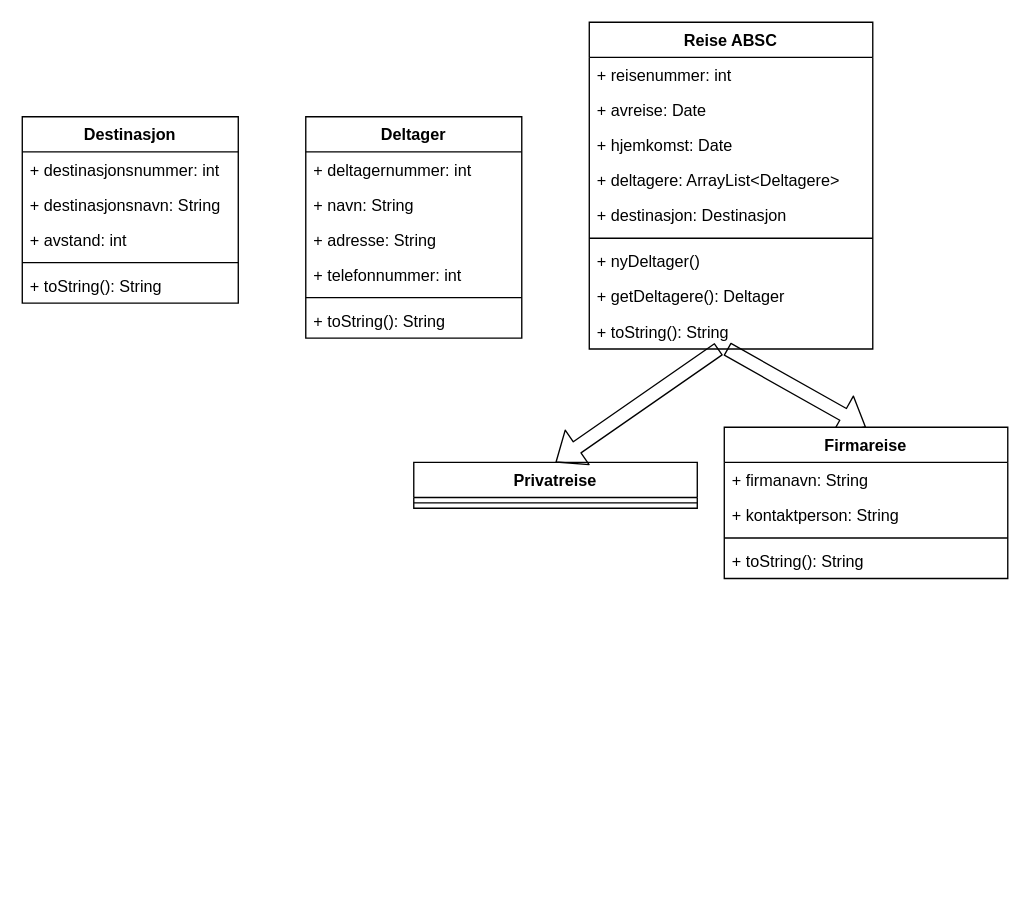
The draw.io diagram Eksamen2020_obj.drawio in groeterud/uni, before the edit. Source tidied: cells renumbered, new cells numbered last; positions are measured from the earlier drawing's top-left corner, leaving out a move shared by most shapes. Both pictures are drawn from the tidied source at 135%, with x=0, y=0 at pixel (22, 22).
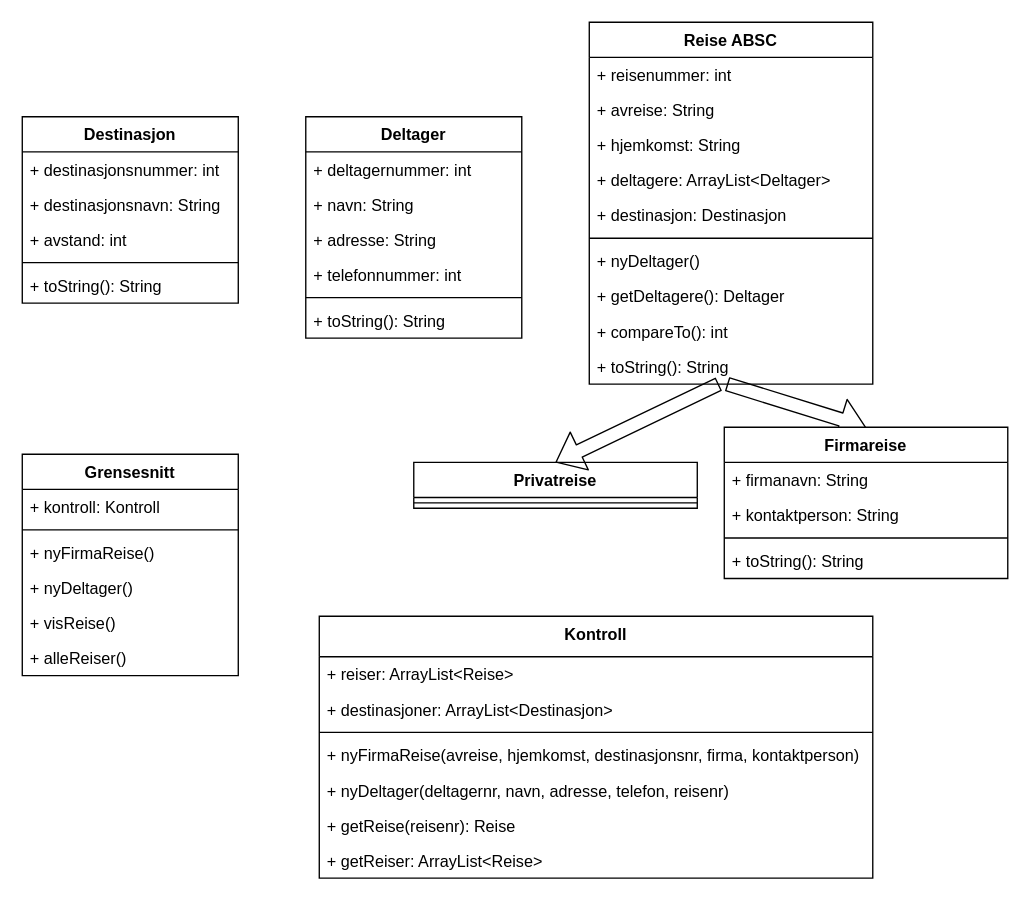
After the change.

The edit, as a diff of the source:
```diff
@@
     <mxCell id="15" value="Reise ABSC&#10;" style="swimlane;fontStyle=1;align=center;verticalAlign=top;horizontal=1;startSize=26;" parent="1" vertex="1">
-      <mxGeometry x="420" width="210" height="242" as="geometry" />
+      <mxGeometry x="420" width="210" height="268" as="geometry" />
     </mxCell>
@@
-    <mxCell id="17" value="+ avreise: Date" style="text;strokeColor=none;fillColor=none;align=left;verticalAlign=top;spacingLeft=4;spacingRight=4;overflow=hidden;" parent="15" vertex="1">
+    <mxCell id="17" value="+ avreise: String" style="text;strokeColor=none;fillColor=none;align=left;verticalAlign=top;spacingLeft=4;spacingRight=4;overflow=hidden;" parent="15" vertex="1">
       <mxGeometry y="52" width="210" height="26" as="geometry" />
     </mxCell>
-    <mxCell id="18" value="+ hjemkomst: Date" style="text;strokeColor=none;fillColor=none;align=left;verticalAlign=top;spacingLeft=4;spacingRight=4;overflow=hidden;" parent="15" vertex="1">
+    <mxCell id="18" value="+ hjemkomst: String" style="text;strokeColor=none;fillColor=none;align=left;verticalAlign=top;spacingLeft=4;spacingRight=4;overflow=hidden;" parent="15" vertex="1">
       <mxGeometry y="78" width="210" height="26" as="geometry" />
     </mxCell>
-    <mxCell id="19" value="+ deltagere: ArrayList&lt;Deltagere&gt;" style="text;strokeColor=none;fillColor=none;align=left;verticalAlign=top;spacingLeft=4;spacingRight=4;overflow=hidden;" parent="15" vertex="1">
+    <mxCell id="19" value="+ deltagere: ArrayList&lt;Deltager&gt;" style="text;strokeColor=none;fillColor=none;align=left;verticalAlign=top;spacingLeft=4;spacingRight=4;overflow=hidden;" parent="15" vertex="1">
       <mxGeometry y="104" width="210" height="26" as="geometry" />
     </mxCell>
@@
+    <mxCell id="34" value="+ compareTo(): int" style="text;strokeColor=none;fillColor=none;align=left;verticalAlign=top;spacingLeft=4;spacingRight=4;overflow=hidden;" parent="15" vertex="1">
+      <mxGeometry y="216" width="210" height="26" as="geometry" />
+    </mxCell>
     <mxCell id="24" value="+ toString(): String" style="text;strokeColor=none;fillColor=none;align=left;verticalAlign=top;spacingLeft=4;spacingRight=4;overflow=hidden;points=[[0,0.5],[1,0.5]];portConstraint=eastwest;" parent="15" vertex="1">
-      <mxGeometry y="216" width="210" height="26" as="geometry" />
+      <mxGeometry y="242" width="210" height="26" as="geometry" />
     </mxCell>
@@
+    <mxCell id="35" value="Grensesnitt" style="swimlane;fontStyle=1;align=center;verticalAlign=top;horizontal=1;startSize=26;" parent="1" vertex="1">
+      <mxGeometry y="320" width="160" height="164" as="geometry" />
+    </mxCell>
+    <mxCell id="36" value="+ kontroll: Kontroll" style="text;strokeColor=none;fillColor=none;align=left;verticalAlign=top;spacingLeft=4;spacingRight=4;overflow=hidden;" parent="35" vertex="1">
+      <mxGeometry y="26" width="160" height="26" as="geometry" />
+    </mxCell>
+    <mxCell id="37" style="line;strokeWidth=1;fillColor=none;align=left;verticalAlign=middle;spacingTop=-1;spacingLeft=3;spacingRight=3;labelPosition=right;" parent="35" vertex="1">
+      <mxGeometry y="52" width="160" height="8" as="geometry" />
+    </mxCell>
+    <mxCell id="38" value="+ nyFirmaReise()" style="text;strokeColor=none;fillColor=none;align=left;verticalAlign=top;spacingLeft=4;spacingRight=4;overflow=hidden;" parent="35" vertex="1">
+      <mxGeometry y="60" width="160" height="26" as="geometry" />
+    </mxCell>
+    <mxCell id="39" value="+ nyDeltager()" style="text;strokeColor=none;fillColor=none;align=left;verticalAlign=top;spacingLeft=4;spacingRight=4;overflow=hidden;" parent="35" vertex="1">
+      <mxGeometry y="86" width="160" height="26" as="geometry" />
+    </mxCell>
+    <mxCell id="40" value="+ visReise()" style="text;strokeColor=none;fillColor=none;align=left;verticalAlign=top;spacingLeft=4;spacingRight=4;overflow=hidden;" parent="35" vertex="1">
+      <mxGeometry y="112" width="160" height="26" as="geometry" />
+    </mxCell>
+    <mxCell id="41" value="+ alleReiser()" style="text;strokeColor=none;fillColor=none;align=left;verticalAlign=top;spacingLeft=4;spacingRight=4;overflow=hidden;" parent="35" vertex="1">
+      <mxGeometry y="138" width="160" height="26" as="geometry" />
+    </mxCell>
+    <mxCell id="42" value="Kontroll" style="swimlane;fontStyle=1;align=center;verticalAlign=top;horizontal=1;startSize=30;" parent="1" vertex="1">
+      <mxGeometry x="220" y="440" width="410" height="194" as="geometry" />
+    </mxCell>
+    <mxCell id="43" value="+ reiser: ArrayList&lt;Reise&gt;" style="text;strokeColor=none;fillColor=none;align=left;verticalAlign=top;spacingLeft=4;spacingRight=4;overflow=hidden;" parent="42" vertex="1">
+      <mxGeometry y="30" width="410" height="26" as="geometry" />
+    </mxCell>
+    <mxCell id="44" value="+ destinasjoner: ArrayList&lt;Destinasjon&gt;" style="text;strokeColor=none;fillColor=none;align=left;verticalAlign=top;spacingLeft=4;spacingRight=4;overflow=hidden;" parent="42" vertex="1">
+      <mxGeometry y="56" width="410" height="26" as="geometry" />
+    </mxCell>
+    <mxCell id="45" style="line;strokeWidth=1;fillColor=none;align=left;verticalAlign=middle;spacingTop=-1;spacingLeft=3;spacingRight=3;labelPosition=right;" parent="42" vertex="1">
+      <mxGeometry y="82" width="410" height="8" as="geometry" />
+    </mxCell>
+    <mxCell id="46" value="+ nyFirmaReise(avreise, hjemkomst, destinasjonsnr, firma, kontaktperson)" style="text;strokeColor=none;fillColor=none;align=left;verticalAlign=top;spacingLeft=4;spacingRight=4;overflow=hidden;" parent="42" vertex="1">
+      <mxGeometry y="90" width="410" height="26" as="geometry" />
+    </mxCell>
+    <mxCell id="47" value="+ nyDeltager(deltagernr, navn, adresse, telefon, reisenr)" style="text;strokeColor=none;fillColor=none;align=left;verticalAlign=top;spacingLeft=4;spacingRight=4;overflow=hidden;" parent="42" vertex="1">
+      <mxGeometry y="116" width="410" height="26" as="geometry" />
+    </mxCell>
+    <mxCell id="48" value="+ getReise(reisenr): Reise" style="text;strokeColor=none;fillColor=none;align=left;verticalAlign=top;spacingLeft=4;spacingRight=4;overflow=hidden;" parent="42" vertex="1">
+      <mxGeometry y="142" width="410" height="26" as="geometry" />
+    </mxCell>
+    <mxCell id="49" value="+ getReiser: ArrayList&lt;Reise&gt;" style="text;strokeColor=none;fillColor=none;align=left;verticalAlign=top;spacingLeft=4;spacingRight=4;overflow=hidden;" parent="42" vertex="1">
+      <mxGeometry y="168" width="410" height="26" as="geometry" />
+    </mxCell>
```
